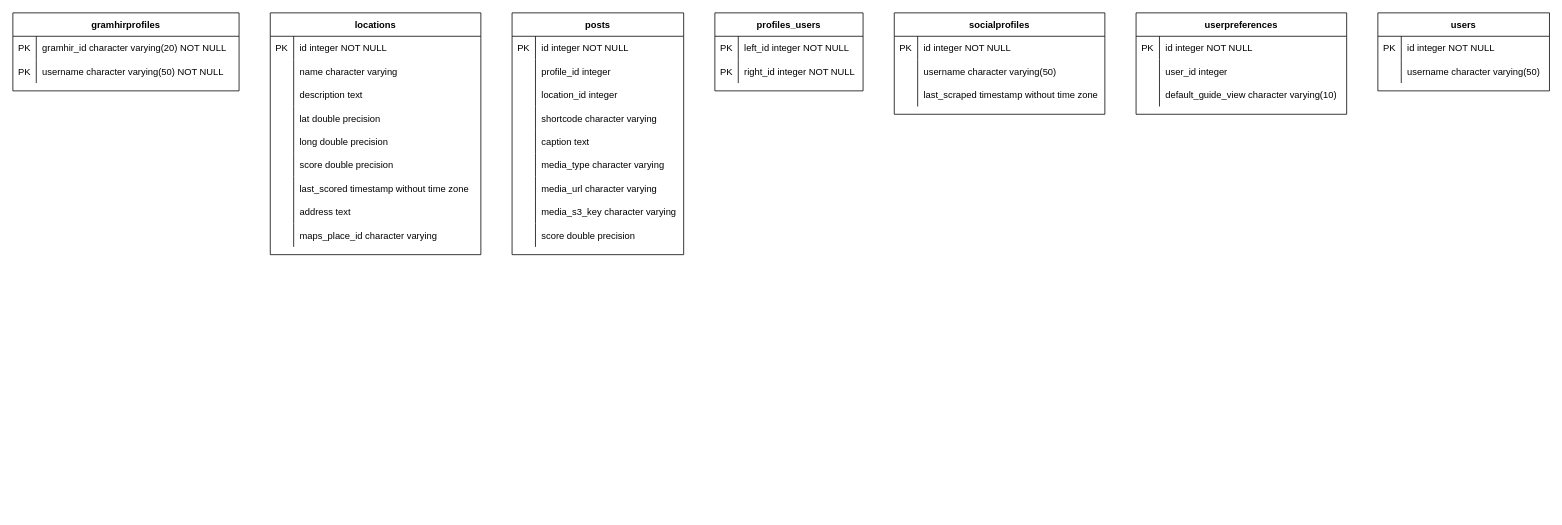
The draw.io diagram src/Esterni/Specifica_Architetturale/sezioni/images/drawio/db_er.drawio in Bug-s-Bunny-Team/docs, before the edit. Source tidied: cells renumbered, new cells numbered last; positions are measured from the earlier drawing's top-left corner, leaving out a move shared by most shapes. Both pictures are drawn from the tidied source at 78%, with x=0, y=0 at pixel (12, 12).
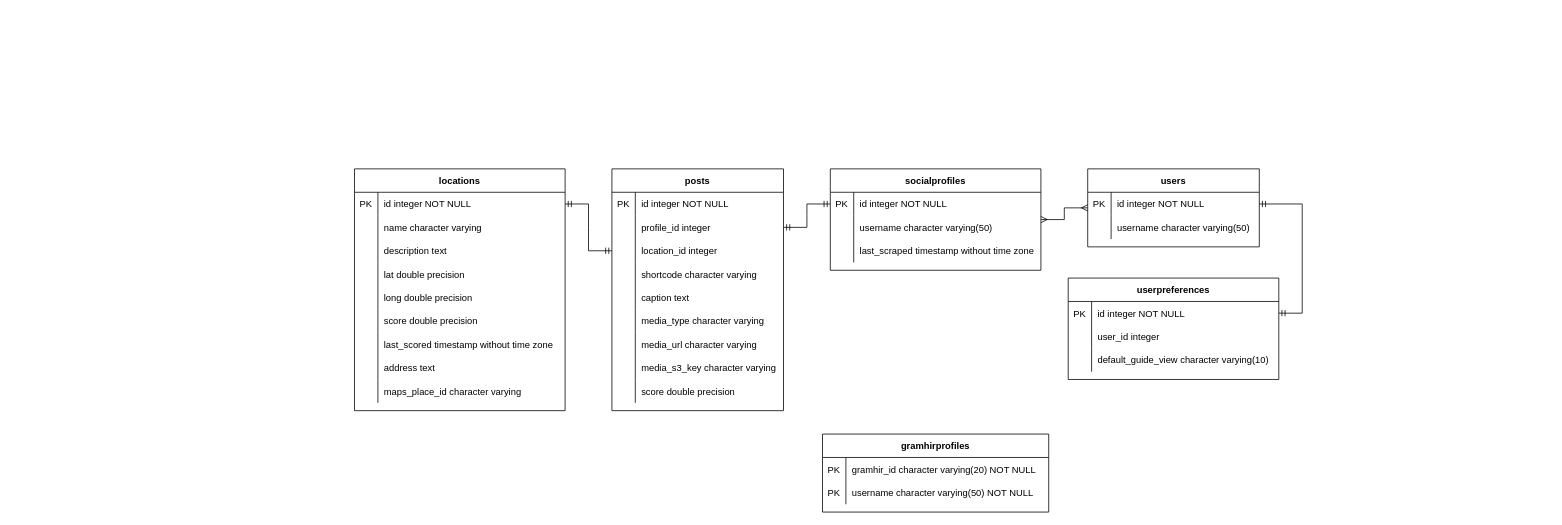
The same page after the edit.

Unchanged cells that the change refers to:
```xml
<mxCell id="10" style="shape=tableRow;horizontal=0;startSize=0;swimlaneHead=0;swimlaneBody=0;fillColor=none;points=[[0,0.5],[1,0.5]];portConstraint=eastwest;top=0;left=0;right=0;bottom=0;" parent="9" vertex="1">
  <mxGeometry y="30" width="270" height="30" as="geometry" />
</mxCell>
<mxCell id="41" style="shape=tableRow;horizontal=0;startSize=0;swimlaneHead=0;swimlaneBody=0;fillColor=none;points=[[0,0.5],[1,0.5]];portConstraint=eastwest;top=0;left=0;right=0;bottom=0;" parent="37" vertex="1">
  <mxGeometry y="60" width="220" height="30" as="geometry" />
</mxCell>
<mxCell id="44" style="shape=tableRow;horizontal=0;startSize=0;swimlaneHead=0;swimlaneBody=0;fillColor=none;points=[[0,0.5],[1,0.5]];portConstraint=eastwest;top=0;left=0;right=0;bottom=0;" parent="37" vertex="1">
  <mxGeometry y="90" width="220" height="30" as="geometry" />
</mxCell>
<mxCell id="73" style="shape=tableRow;horizontal=0;startSize=0;swimlaneHead=0;swimlaneBody=0;fillColor=none;points=[[0,0.5],[1,0.5]];portConstraint=eastwest;top=0;left=0;right=0;bottom=0;" parent="72" vertex="1">
  <mxGeometry y="30" width="270" height="30" as="geometry" />
</mxCell>
<mxCell id="83" style="shape=tableRow;horizontal=0;startSize=0;swimlaneHead=0;swimlaneBody=0;fillColor=none;points=[[0,0.5],[1,0.5]];portConstraint=eastwest;top=0;left=0;right=0;bottom=0;" parent="82" vertex="1">
  <mxGeometry y="30" width="270" height="30" as="geometry" />
</mxCell>
<mxCell id="93" style="shape=tableRow;horizontal=0;startSize=0;swimlaneHead=0;swimlaneBody=0;fillColor=none;points=[[0,0.5],[1,0.5]];portConstraint=eastwest;top=0;left=0;right=0;bottom=0;" parent="92" vertex="1">
  <mxGeometry y="30" width="220" height="30" as="geometry" />
</mxCell>
```

Diff of the diagram source:
```diff
@@
     <mxCell id="2" value="gramhirprofiles" style="shape=table;startSize=30;childLayout=tableLayout;rowLines=0;fontStyle=1;align=center;" parent="1" vertex="1">
-      <mxGeometry width="290" height="100" as="geometry" />
+      <mxGeometry x="1038" y="540" width="290" height="100" as="geometry" />
     </mxCell>
@@
     <mxCell id="9" value="locations" style="shape=table;startSize=30;childLayout=tableLayout;rowLines=0;fontStyle=1;align=center;" parent="1" vertex="1">
-      <mxGeometry x="330" width="270" height="310" as="geometry" />
+      <mxGeometry x="438" y="200" width="270" height="310" as="geometry" />
     </mxCell>
@@
     <mxCell id="37" value="posts" style="shape=table;startSize=30;childLayout=tableLayout;rowLines=0;fontStyle=1;align=center;" parent="1" vertex="1">
-      <mxGeometry x="640" width="220" height="310" as="geometry" />
+      <mxGeometry x="768" y="200" width="220" height="310" as="geometry" />
     </mxCell>
@@
-    <mxCell id="65" value="profiles_users" style="shape=table;startSize=30;childLayout=tableLayout;rowLines=0;fontStyle=1;align=center;" parent="1" vertex="1">
-      <mxGeometry x="900" width="190" height="100" as="geometry" />
-    </mxCell>
-    <mxCell id="66" style="shape=tableRow;horizontal=0;startSize=0;swimlaneHead=0;swimlaneBody=0;fillColor=none;top=0;left=0;right=0;bottom=0;" parent="65" vertex="1">
-      <mxGeometry y="30" width="190" height="30" as="geometry" />
-    </mxCell>
-    <mxCell id="67" value="PK" style="shape=partialRectangle;overflow=hidden;fillColor=none;top=0;left=0;bottom=0;right=0;" parent="66" vertex="1">
-      <mxGeometry width="30" height="30" as="geometry" />
-    </mxCell>
-    <mxCell id="68" value="left_id integer NOT NULL" style="shape=partialRectangle;overflow=hidden;fillColor=none;align=left;top=0;left=0;bottom=0;right=0;spacingLeft=6;" parent="66" vertex="1">
-      <mxGeometry x="30" width="160" height="30" as="geometry" />
-    </mxCell>
-    <mxCell id="69" style="shape=tableRow;horizontal=0;startSize=0;swimlaneHead=0;swimlaneBody=0;fillColor=none;top=0;left=0;right=0;bottom=0;" parent="65" vertex="1">
-      <mxGeometry y="60" width="190" height="30" as="geometry" />
-    </mxCell>
-    <mxCell id="70" value="PK" style="shape=partialRectangle;overflow=hidden;fillColor=none;top=0;left=0;bottom=0;right=0;" parent="69" vertex="1">
-      <mxGeometry width="30" height="30" as="geometry" />
-    </mxCell>
-    <mxCell id="71" value="right_id integer NOT NULL" style="shape=partialRectangle;overflow=hidden;fillColor=none;align=left;top=0;left=0;bottom=0;right=0;spacingLeft=6;" parent="69" vertex="1">
-      <mxGeometry x="30" width="160" height="30" as="geometry" />
-    </mxCell>
     <mxCell id="72" value="socialprofiles" style="shape=table;startSize=30;childLayout=tableLayout;rowLines=0;fontStyle=1;align=center;" parent="1" vertex="1">
-      <mxGeometry x="1130" width="270" height="130" as="geometry" />
+      <mxGeometry x="1048" y="200" width="270" height="130" as="geometry" />
     </mxCell>
@@
     <mxCell id="82" value="userpreferences" style="shape=table;startSize=30;childLayout=tableLayout;rowLines=0;fontStyle=1;align=center;" parent="1" vertex="1">
-      <mxGeometry x="1440" width="270" height="130" as="geometry" />
+      <mxGeometry x="1353" y="340" width="270" height="130" as="geometry" />
     </mxCell>
@@
     <mxCell id="92" value="users" style="shape=table;startSize=30;childLayout=tableLayout;rowLines=0;fontStyle=1;align=center;" parent="1" vertex="1">
-      <mxGeometry x="1750" width="220" height="100" as="geometry" />
+      <mxGeometry x="1378" y="200" width="220" height="100" as="geometry" />
     </mxCell>
@@
+    <mxCell id="99" style="edgeStyle=entityRelationEdgeStyle;fontSize=12;html=1;endArrow=ERmandOne;startArrow=ERmandOne;rounded=0;" parent="1" edge="1" source="10" target="44">
+      <mxGeometry relative="1" as="geometry" />
+    </mxCell>
+    <mxCell id="100" style="edgeStyle=entityRelationEdgeStyle;fontSize=12;html=1;endArrow=ERmandOne;startArrow=ERmandOne;rounded=0;" parent="1" edge="1" source="41" target="73">
+      <mxGeometry relative="1" as="geometry" />
+    </mxCell>
+    <mxCell id="101" style="edgeStyle=entityRelationEdgeStyle;fontSize=12;html=1;endArrow=ERmandOne;startArrow=ERmandOne;rounded=0;" parent="1" edge="1" source="83" target="93">
+      <mxGeometry relative="1" as="geometry" />
+    </mxCell>
+    <mxCell id="102" style="edgeStyle=entityRelationEdgeStyle;fontSize=12;html=1;endArrow=ERmany;startArrow=ERmany;rounded=0;" parent="1" edge="1" source="72" target="92">
+      <mxGeometry relative="1" as="geometry" />
+    </mxCell>
```
